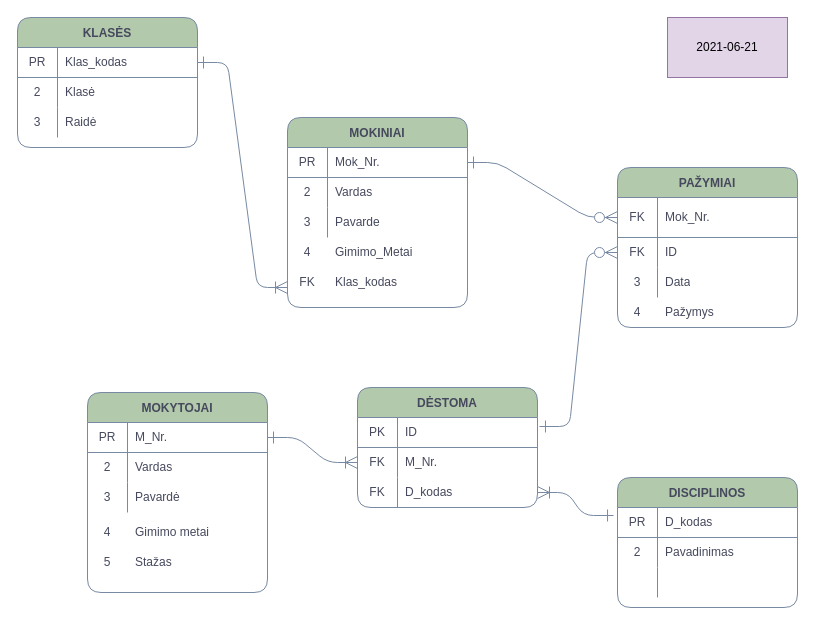
SaruneRa/ER-Diadram-Gradebook keeps this draw.io diagram as Untitled Diagram.drawio. Above is the earlier version. Source tidied: cells renumbered, new cells numbered last; positions are measured from the earlier drawing's top-left corner, leaving out a move shared by most shapes. Both pictures are drawn from the tidied source at 100%, with x=0, y=0 at pixel (17, 17).
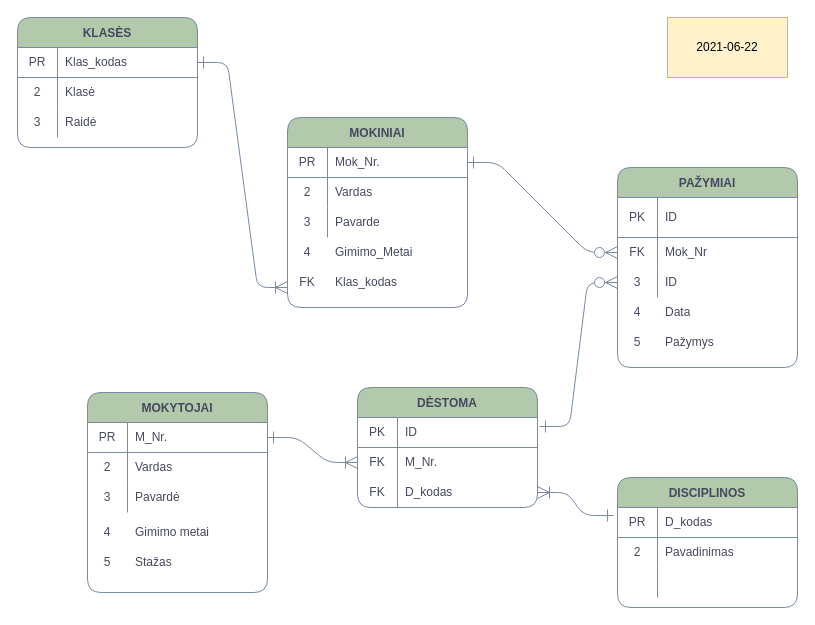
The same diagram, later.

Unchanged cells that the change refers to:
```xml
<mxCell id="3" style="shape=partialRectangle;html=1;whiteSpace=wrap;fillColor=none;top=0;left=0;bottom=1;right=0;points=[[0,0.5],[1,0.5]];portConstraint=eastwest;strokeColor=#788AA3;fontColor=#46495D;rounded=1;" parent="2" vertex="1">
  <mxGeometry y="30" width="180" height="30" as="geometry" />
</mxCell>
<mxCell id="33" style="shape=partialRectangle;html=1;whiteSpace=wrap;fillColor=none;top=0;left=0;bottom=1;right=0;points=[[0,0.5],[1,0.5]];portConstraint=eastwest;strokeColor=#788AA3;fontColor=#46495D;rounded=1;" parent="32" vertex="1">
  <mxGeometry y="30" width="180" height="40" as="geometry" />
</mxCell>
<mxCell id="36" style="shape=partialRectangle;html=1;whiteSpace=wrap;fillColor=none;top=0;left=0;bottom=0;right=0;points=[[0,0.5],[1,0.5]];portConstraint=eastwest;strokeColor=#788AA3;fontColor=#46495D;rounded=1;" parent="32" vertex="1">
  <mxGeometry y="70" width="180" height="30" as="geometry" />
</mxCell>
<mxCell id="39" style="shape=partialRectangle;html=1;whiteSpace=wrap;fillColor=none;top=0;left=0;bottom=0;right=0;points=[[0,0.5],[1,0.5]];portConstraint=eastwest;strokeColor=#788AA3;fontColor=#46495D;rounded=1;" parent="32" vertex="1">
  <mxGeometry y="100" width="180" height="30" as="geometry" />
</mxCell>
<mxCell id="53" style="shape=partialRectangle;html=1;whiteSpace=wrap;fillColor=none;top=0;left=0;bottom=1;right=0;points=[[0,0.5],[1,0.5]];portConstraint=eastwest;strokeColor=#788AA3;fontColor=#46495D;rounded=1;" parent="52" vertex="1">
  <mxGeometry y="30" width="180" height="30" as="geometry" />
</mxCell>
```

Diff of the diagram source:
```diff
@@
     <mxCell id="32" value="PAŽYMIAI" style="shape=table;startSize=30;childLayout=tableLayout;rowLines=0;fontStyle=1;align=center;fillColor=#B2C9AB;strokeColor=#788AA3;fontColor=#46495D;rounded=1;" parent="1" vertex="1">
-      <mxGeometry x="600" y="150" width="180" height="160" as="geometry" />
+      <mxGeometry x="600" y="150" width="180" height="200" as="geometry" />
     </mxCell>
@@
-    <mxCell id="34" value="FK" style="shape=partialRectangle;html=1;whiteSpace=wrap;fillColor=none;top=0;left=0;bottom=0;right=0;overflow=hidden;strokeColor=#788AA3;fontColor=#46495D;rounded=1;" parent="33" vertex="1">
+    <mxCell id="34" value="PK" style="shape=partialRectangle;html=1;whiteSpace=wrap;fillColor=none;top=0;left=0;bottom=0;right=0;overflow=hidden;strokeColor=#788AA3;fontColor=#46495D;rounded=1;" parent="33" vertex="1">
       <mxGeometry width="40" height="40" as="geometry" />
     </mxCell>
-    <mxCell id="35" value="Mok_Nr." style="shape=partialRectangle;html=1;whiteSpace=wrap;fillColor=none;top=0;left=0;bottom=0;right=0;align=left;spacingLeft=6;overflow=hidden;strokeColor=#788AA3;fontColor=#46495D;rounded=1;" parent="33" vertex="1">
+    <mxCell id="35" value="ID" style="shape=partialRectangle;html=1;whiteSpace=wrap;fillColor=none;top=0;left=0;bottom=0;right=0;align=left;spacingLeft=6;overflow=hidden;strokeColor=#788AA3;fontColor=#46495D;rounded=1;" parent="33" vertex="1">
       <mxGeometry x="40" width="140" height="40" as="geometry" />
     </mxCell>
@@
-    <mxCell id="38" value="ID" style="shape=partialRectangle;html=1;whiteSpace=wrap;fillColor=none;top=0;left=0;bottom=0;right=0;align=left;spacingLeft=6;overflow=hidden;strokeColor=#788AA3;fontColor=#46495D;rounded=1;" parent="36" vertex="1">
+    <mxCell id="38" value="Mok_Nr" style="shape=partialRectangle;html=1;whiteSpace=wrap;fillColor=none;top=0;left=0;bottom=0;right=0;align=left;spacingLeft=6;overflow=hidden;strokeColor=#788AA3;fontColor=#46495D;rounded=1;" parent="36" vertex="1">
       <mxGeometry x="40" width="140" height="30" as="geometry" />
     </mxCell>
@@
-    <mxCell id="41" value="&lt;span&gt;Data&lt;/span&gt;" style="shape=partialRectangle;html=1;whiteSpace=wrap;fillColor=none;top=0;left=0;bottom=0;right=0;align=left;spacingLeft=6;overflow=hidden;strokeColor=#788AA3;fontColor=#46495D;rounded=1;" parent="39" vertex="1">
+    <mxCell id="41" value="ID" style="shape=partialRectangle;html=1;whiteSpace=wrap;fillColor=none;top=0;left=0;bottom=0;right=0;align=left;spacingLeft=6;overflow=hidden;strokeColor=#788AA3;fontColor=#46495D;rounded=1;" parent="39" vertex="1">
       <mxGeometry x="40" width="140" height="30" as="geometry" />
     </mxCell>
@@
-    <mxCell id="71" value="Pažymys" style="shape=partialRectangle;html=1;whiteSpace=wrap;fillColor=none;top=0;left=0;bottom=0;right=0;align=left;spacingLeft=6;overflow=hidden;strokeColor=#788AA3;fontColor=#46495D;rounded=1;" parent="1" vertex="1">
+    <mxCell id="71" value="Data" style="shape=partialRectangle;html=1;whiteSpace=wrap;fillColor=none;top=0;left=0;bottom=0;right=0;align=left;spacingLeft=6;overflow=hidden;strokeColor=#788AA3;fontColor=#46495D;rounded=1;" parent="1" vertex="1">
       <mxGeometry x="640" y="280" width="140" height="30" as="geometry" />
     </mxCell>
@@
-    <mxCell id="75" style="edgeStyle=entityRelationEdgeStyle;fontSize=12;html=1;endArrow=ERzeroToMany;startArrow=ERone;fontColor=#46495D;startSize=10;endSize=10;strokeColor=#788AA3;fillColor=#B2C9AB;startFill=0;exitX=1;exitY=0.5;exitDx=0;exitDy=0;entryX=0;entryY=0.5;entryDx=0;entryDy=0;endFill=1;" parent="1" edge="1" source="3" target="33">
+    <mxCell id="75" style="edgeStyle=entityRelationEdgeStyle;fontSize=12;html=1;endArrow=ERzeroToMany;startArrow=ERone;fontColor=#46495D;startSize=10;endSize=10;strokeColor=#788AA3;fillColor=#B2C9AB;startFill=0;exitX=1;exitY=0.5;exitDx=0;exitDy=0;entryX=0;entryY=0.5;entryDx=0;entryDy=0;endFill=1;" parent="1" edge="1" source="3" target="36">
       <mxGeometry relative="1" as="geometry" />
     </mxCell>
-    <mxCell id="76" style="edgeStyle=entityRelationEdgeStyle;fontSize=12;html=1;endArrow=ERzeroToMany;startArrow=ERone;fontColor=#46495D;startSize=10;endSize=10;strokeColor=#788AA3;fillColor=#B2C9AB;startFill=0;exitX=1.011;exitY=0.3;exitDx=0;exitDy=0;endFill=1;exitPerimeter=0;entryX=0;entryY=0.5;entryDx=0;entryDy=0;" parent="1" edge="1" source="53" target="36">
+    <mxCell id="76" style="edgeStyle=entityRelationEdgeStyle;fontSize=12;html=1;endArrow=ERzeroToMany;startArrow=ERone;fontColor=#46495D;startSize=10;endSize=10;strokeColor=#788AA3;fillColor=#B2C9AB;startFill=0;exitX=1.011;exitY=0.3;exitDx=0;exitDy=0;endFill=1;exitPerimeter=0;entryX=0;entryY=0.5;entryDx=0;entryDy=0;" parent="1" edge="1" source="53" target="39">
       <mxGeometry relative="1" as="geometry" />
     </mxCell>
-    <mxCell id="77" value="2021-06-21" style="rounded=0;whiteSpace=wrap;html=1;fillColor=#e1d5e7;strokeColor=#9673a6;" parent="1" vertex="1">
+    <mxCell id="77" value="2021-06-22" style="rounded=0;whiteSpace=wrap;html=1;fillColor=#fff2cc;strokeColor=#d6b656;" parent="1" vertex="1">
       <mxGeometry x="650" width="120" height="60" as="geometry" />
     </mxCell>
+    <mxCell id="78" value="5" style="shape=partialRectangle;html=1;whiteSpace=wrap;fillColor=none;top=0;left=0;bottom=0;right=0;overflow=hidden;strokeColor=#788AA3;fontColor=#46495D;rounded=1;" parent="1" vertex="1">
+      <mxGeometry x="600" y="310" width="40" height="30" as="geometry" />
+    </mxCell>
+    <mxCell id="79" value="Pažymys" style="shape=partialRectangle;html=1;whiteSpace=wrap;fillColor=none;top=0;left=0;bottom=0;right=0;align=left;spacingLeft=6;overflow=hidden;strokeColor=#788AA3;fontColor=#46495D;rounded=1;" parent="1" vertex="1">
+      <mxGeometry x="640" y="310" width="140" height="30" as="geometry" />
+    </mxCell>
```
